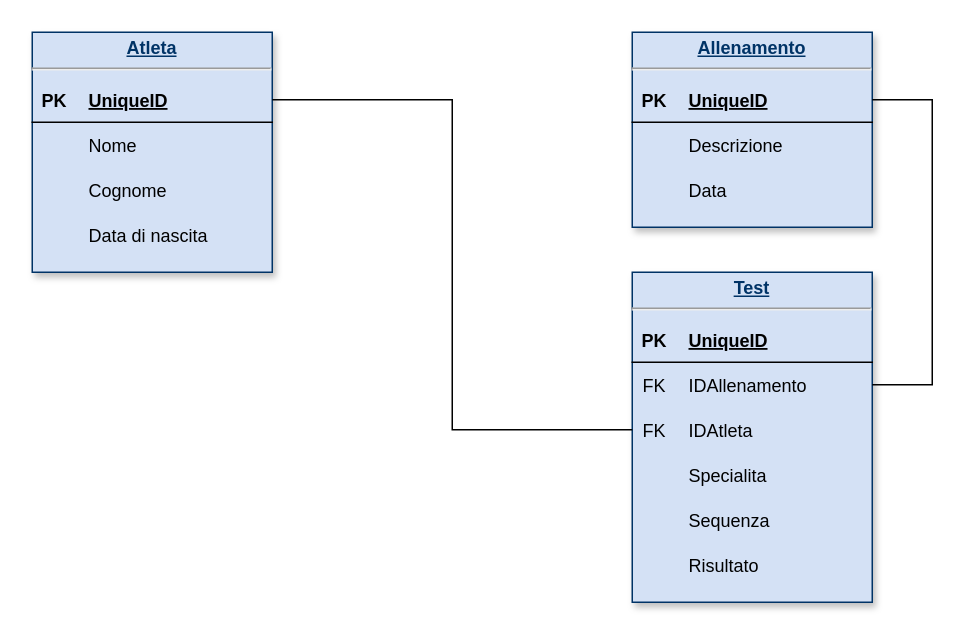
This is docs/database.drawio from Chicco94/gestione-atleti, a draw.io file, before an edit. Source tidied: cells renumbered, new cells numbered last; positions are measured from the earlier drawing's top-left corner, leaving out a move shared by most shapes. Both pictures are drawn from the tidied source at 150%, with x=0, y=0 at pixel (32, 32).
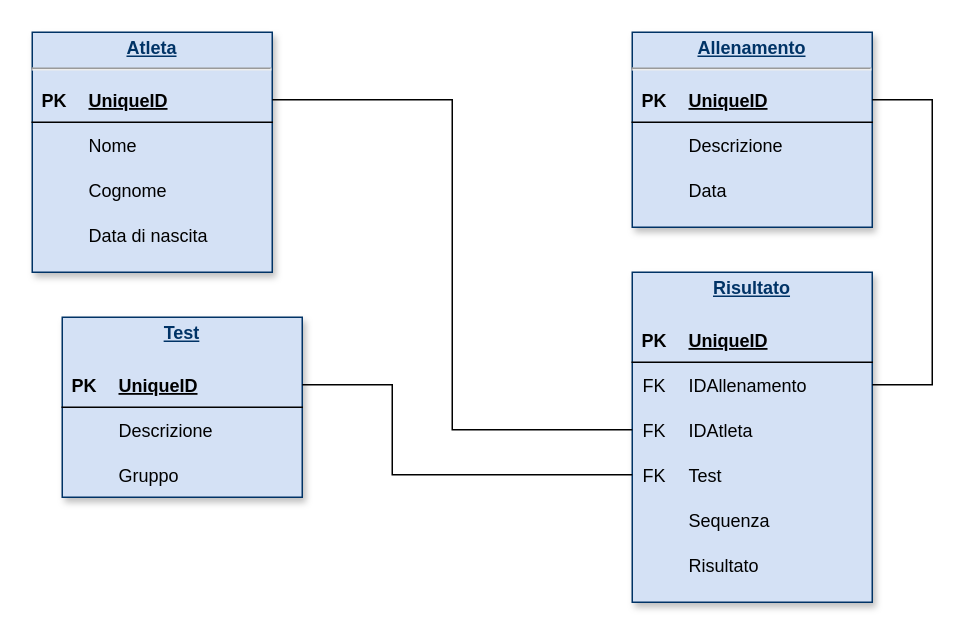
The same page after the edit.

Unchanged cells that the change refers to:
```xml
<mxCell id="35" style="shape=tableRow;horizontal=0;startSize=0;swimlaneHead=0;swimlaneBody=0;fillColor=none;points=[[0,0.5],[1,0.5]];portConstraint=eastwest;top=0;left=0;right=0;bottom=0;" parent="28" vertex="1">
  <mxGeometry y="60" width="160" height="30" as="geometry" />
</mxCell>
```

Change to the diagram source:
```diff
@@
-    <mxCell id="27" value="&lt;p style=&quot;margin: 0px ; margin-top: 4px ; text-align: center ; text-decoration: underline&quot;&gt;&lt;strong&gt;Test&lt;/strong&gt;&lt;/p&gt;&lt;hr&gt;&lt;p style=&quot;margin: 0px ; margin-left: 8px&quot;&gt;&lt;br&gt;&lt;/p&gt;" style="verticalAlign=top;align=left;overflow=fill;fontSize=12;fontFamily=Helvetica;html=1;strokeColor=#003366;shadow=1;fillColor=#D4E1F5;fontColor=#003366;" parent="1" vertex="1">
+    <mxCell id="27" value="&lt;p style=&quot;margin: 0px ; margin-top: 4px ; text-align: center ; text-decoration: underline&quot;&gt;&lt;b&gt;Risultato&lt;/b&gt;&lt;/p&gt;" style="verticalAlign=top;align=left;overflow=fill;fontSize=12;fontFamily=Helvetica;html=1;strokeColor=#003366;shadow=1;fillColor=#D4E1F5;fontColor=#003366;" parent="1" vertex="1">
       <mxGeometry x="400" y="160" width="160" height="220" as="geometry" />
     </mxCell>
@@
-    <mxCell id="36" style="shape=partialRectangle;fillColor=none;top=0;left=0;bottom=0;right=0;overflow=hidden;" parent="35" vertex="1">
+    <mxCell id="36" value="FK" style="shape=partialRectangle;fillColor=none;top=0;left=0;bottom=0;right=0;overflow=hidden;" parent="35" vertex="1">
       <mxGeometry width="30" height="30" as="geometry" />
     </mxCell>
-    <mxCell id="37" value="Specialita" style="shape=partialRectangle;fillColor=none;top=0;left=0;bottom=0;right=0;align=left;spacingLeft=6;overflow=hidden;" parent="35" vertex="1">
+    <mxCell id="37" value="Test" style="shape=partialRectangle;fillColor=none;top=0;left=0;bottom=0;right=0;align=left;spacingLeft=6;overflow=hidden;" parent="35" vertex="1">
       <mxGeometry x="30" width="130" height="30" as="geometry" />
     </mxCell>
@@
+    <mxCell id="51" value="&lt;p style=&quot;margin: 0px ; margin-top: 4px ; text-align: center ; text-decoration: underline&quot;&gt;&lt;b&gt;Test&lt;/b&gt;&lt;/p&gt;" style="verticalAlign=top;align=left;overflow=fill;fontSize=12;fontFamily=Helvetica;html=1;strokeColor=#003366;shadow=1;fillColor=#D4E1F5;fontColor=#003366;" parent="1" vertex="1">
+      <mxGeometry x="20" y="190" width="160" height="120" as="geometry" />
+    </mxCell>
+    <mxCell id="52" style="shape=table;startSize=0;childLayout=tableLayout;rowLines=0;fontStyle=0;align=center;strokeColor=none;fillColor=none;" parent="1" vertex="1">
+      <mxGeometry x="20" y="220" width="160" height="90" as="geometry" />
+    </mxCell>
+    <mxCell id="53" style="shape=tableRow;horizontal=0;startSize=0;swimlaneHead=0;swimlaneBody=0;fillColor=none;points=[[0,0.5],[1,0.5]];portConstraint=eastwest;top=0;left=0;right=0;bottom=1;" parent="52" vertex="1">
+      <mxGeometry width="160" height="30" as="geometry" />
+    </mxCell>
+    <mxCell id="54" value="PK" style="shape=partialRectangle;fillColor=none;top=0;left=0;bottom=0;right=0;fontStyle=1;overflow=hidden;" parent="53" vertex="1">
+      <mxGeometry width="30" height="30" as="geometry" />
+    </mxCell>
+    <mxCell id="55" value="UniqueID" style="shape=partialRectangle;fillColor=none;top=0;left=0;bottom=0;right=0;align=left;spacingLeft=6;fontStyle=5;overflow=hidden;" parent="53" vertex="1">
+      <mxGeometry x="30" width="130" height="30" as="geometry" />
+    </mxCell>
+    <mxCell id="56" style="shape=tableRow;horizontal=0;startSize=0;swimlaneHead=0;swimlaneBody=0;fillColor=none;top=0;left=0;right=0;bottom=0;" parent="52" vertex="1">
+      <mxGeometry y="30" width="160" height="30" as="geometry" />
+    </mxCell>
+    <mxCell id="57" style="shape=partialRectangle;fillColor=none;top=0;left=0;bottom=0;right=0;overflow=hidden;" parent="56" vertex="1">
+      <mxGeometry width="30" height="30" as="geometry" />
+    </mxCell>
+    <mxCell id="58" value="Descrizione" style="shape=partialRectangle;fillColor=none;top=0;left=0;bottom=0;right=0;align=left;spacingLeft=6;overflow=hidden;" parent="56" vertex="1">
+      <mxGeometry x="30" width="130" height="30" as="geometry" />
+    </mxCell>
+    <mxCell id="59" style="shape=tableRow;horizontal=0;startSize=0;swimlaneHead=0;swimlaneBody=0;fillColor=none;top=0;left=0;right=0;bottom=0;" parent="52" vertex="1">
+      <mxGeometry y="60" width="160" height="30" as="geometry" />
+    </mxCell>
+    <mxCell id="60" style="shape=partialRectangle;fillColor=none;top=0;left=0;bottom=0;right=0;overflow=hidden;" parent="59" vertex="1">
+      <mxGeometry width="30" height="30" as="geometry" />
+    </mxCell>
+    <mxCell id="61" value="Gruppo" style="shape=partialRectangle;fillColor=none;top=0;left=0;bottom=0;right=0;align=left;spacingLeft=6;overflow=hidden;" parent="59" vertex="1">
+      <mxGeometry x="30" width="130" height="30" as="geometry" />
+    </mxCell>
+    <mxCell id="62" style="edgeStyle=orthogonalEdgeStyle;rounded=0;jettySize=auto;html=1;exitX=1;exitY=0.5;exitDx=0;exitDy=0;entryX=0;entryY=0.5;entryDx=0;entryDy=0;endArrow=none;endFill=0;" parent="1" edge="1" source="53" target="35">
+      <mxGeometry relative="1" as="geometry">
+        <Array as="points">
+          <mxPoint x="240" y="235" />
+          <mxPoint x="240" y="295" />
+        </Array>
+      </mxGeometry>
+    </mxCell>
```
